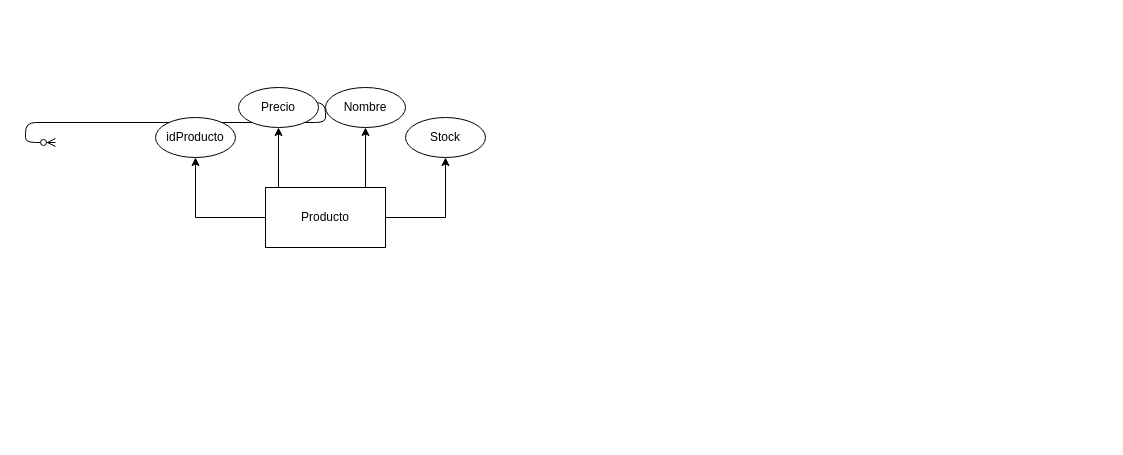
LuisMarioCarrioniBlanco/importtech keeps this draw.io diagram as Diagrama sin título.drawio. Above is the earlier version. Source tidied: cells renumbered, new cells numbered last; positions are measured from the earlier drawing's top-left corner, leaving out a move shared by most shapes. Both pictures are drawn from the tidied source at 100%, with x=0, y=0 at pixel (55, 87).
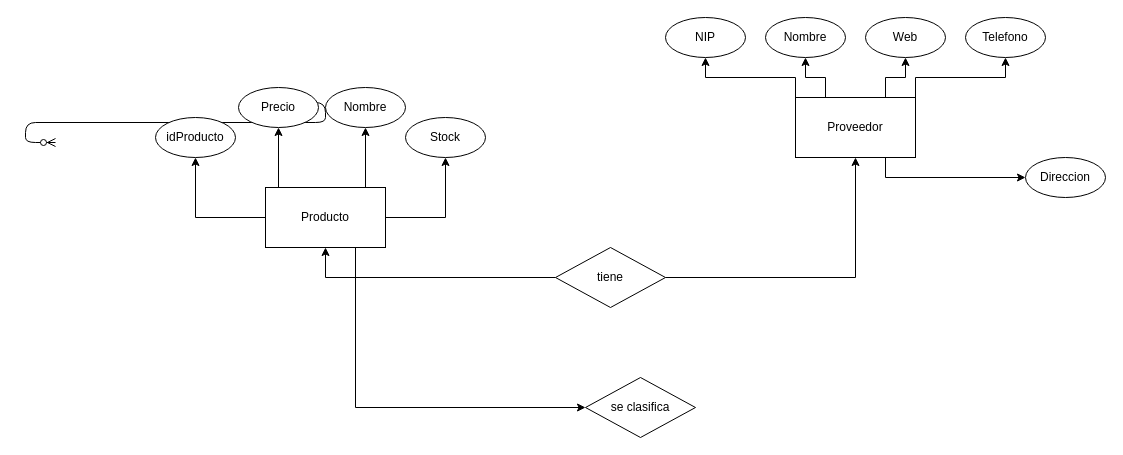
The same page after the edit.

Unchanged cells that the change refers to:
```xml
<mxCell id="7" value="Producto" style="rounded=0;whiteSpace=wrap;html=1;" parent="1" vertex="1">
  <mxGeometry x="210" y="100" width="120" height="60" as="geometry" />
</mxCell>
```

Change to the diagram source:
```diff
@@
+    <mxCell id="12" style="edgeStyle=orthogonalEdgeStyle;rounded=0;jettySize=auto;html=1;exitX=0.75;exitY=1;exitDx=0;exitDy=0;entryX=0;entryY=0.5;entryDx=0;entryDy=0;" parent="1" edge="1" source="7" target="27">
+      <mxGeometry relative="1" as="geometry" />
+    </mxCell>
@@
+    <mxCell id="13" style="edgeStyle=orthogonalEdgeStyle;rounded=0;jettySize=auto;html=1;exitX=1;exitY=0.5;exitDx=0;exitDy=0;entryX=0.5;entryY=1;entryDx=0;entryDy=0;" parent="1" edge="1" source="15" target="21">
+      <mxGeometry relative="1" as="geometry" />
+    </mxCell>
+    <mxCell id="14" style="edgeStyle=orthogonalEdgeStyle;rounded=0;jettySize=auto;html=1;exitX=0;exitY=0.5;exitDx=0;exitDy=0;entryX=0.5;entryY=1;entryDx=0;entryDy=0;" parent="1" edge="1" source="15" target="7">
+      <mxGeometry relative="1" as="geometry" />
+    </mxCell>
+    <mxCell id="15" value="tiene" style="rhombus;whiteSpace=wrap;html=1;" parent="1" vertex="1">
+      <mxGeometry x="500" y="160" width="110" height="60" as="geometry" />
+    </mxCell>
+    <mxCell id="16" style="edgeStyle=orthogonalEdgeStyle;rounded=0;jettySize=auto;html=1;exitX=1;exitY=0;exitDx=0;exitDy=0;entryX=0.5;entryY=1;entryDx=0;entryDy=0;" parent="1" edge="1" source="21" target="24">
+      <mxGeometry relative="1" as="geometry" />
+    </mxCell>
+    <mxCell id="17" style="edgeStyle=orthogonalEdgeStyle;rounded=0;jettySize=auto;html=1;exitX=0.75;exitY=0;exitDx=0;exitDy=0;entryX=0.5;entryY=1;entryDx=0;entryDy=0;" parent="1" edge="1" source="21" target="23">
+      <mxGeometry relative="1" as="geometry" />
+    </mxCell>
+    <mxCell id="18" style="edgeStyle=orthogonalEdgeStyle;rounded=0;jettySize=auto;html=1;exitX=0.25;exitY=0;exitDx=0;exitDy=0;entryX=0.5;entryY=1;entryDx=0;entryDy=0;" parent="1" edge="1" source="21" target="26">
+      <mxGeometry relative="1" as="geometry" />
+    </mxCell>
+    <mxCell id="19" style="edgeStyle=orthogonalEdgeStyle;rounded=0;jettySize=auto;html=1;exitX=0;exitY=0;exitDx=0;exitDy=0;entryX=0.5;entryY=1;entryDx=0;entryDy=0;" parent="1" edge="1" source="21" target="25">
+      <mxGeometry relative="1" as="geometry" />
+    </mxCell>
+    <mxCell id="20" style="edgeStyle=orthogonalEdgeStyle;rounded=0;jettySize=auto;html=1;exitX=0.75;exitY=1;exitDx=0;exitDy=0;entryX=0;entryY=0.5;entryDx=0;entryDy=0;" parent="1" edge="1" source="21" target="22">
+      <mxGeometry relative="1" as="geometry" />
+    </mxCell>
+    <mxCell id="21" value="Proveedor" style="rounded=0;whiteSpace=wrap;html=1;" parent="1" vertex="1">
+      <mxGeometry x="740" y="10" width="120" height="60" as="geometry" />
+    </mxCell>
+    <mxCell id="22" value="Direccion" style="ellipse;whiteSpace=wrap;html=1;" parent="1" vertex="1">
+      <mxGeometry x="970" y="70" width="80" height="40" as="geometry" />
+    </mxCell>
+    <mxCell id="23" value="Web" style="ellipse;whiteSpace=wrap;html=1;" parent="1" vertex="1">
+      <mxGeometry x="810" y="-70" width="80" height="40" as="geometry" />
+    </mxCell>
+    <mxCell id="24" value="Telefono" style="ellipse;whiteSpace=wrap;html=1;" parent="1" vertex="1">
+      <mxGeometry x="910" y="-70" width="80" height="40" as="geometry" />
+    </mxCell>
+    <mxCell id="25" value="NIP" style="ellipse;whiteSpace=wrap;html=1;" parent="1" vertex="1">
+      <mxGeometry x="610" y="-70" width="80" height="40" as="geometry" />
+    </mxCell>
+    <mxCell id="26" value="Nombre" style="ellipse;whiteSpace=wrap;html=1;" parent="1" vertex="1">
+      <mxGeometry x="710" y="-70" width="80" height="40" as="geometry" />
+    </mxCell>
+    <mxCell id="27" value="se clasifica" style="rhombus;whiteSpace=wrap;html=1;" parent="1" vertex="1">
+      <mxGeometry x="530" y="290" width="110" height="60" as="geometry" />
+    </mxCell>
```
